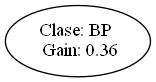
This is test_output/gain_ratio.png from AlejandroFNadal/ia_decision_trees, a Graphviz export, as it was before one commit. Its source is kept beside it as test_output/gain_ratio.dot.
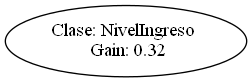
Above is the later version.

What changed in the source:
```diff
@@ -1,4 +1,4 @@
 digraph {
-	0 [label="Clase: BP
- Gain: 0.36"]
+	0 [label="Clase: NivelIngreso
+ Gain: 0.32"]
 }
```
